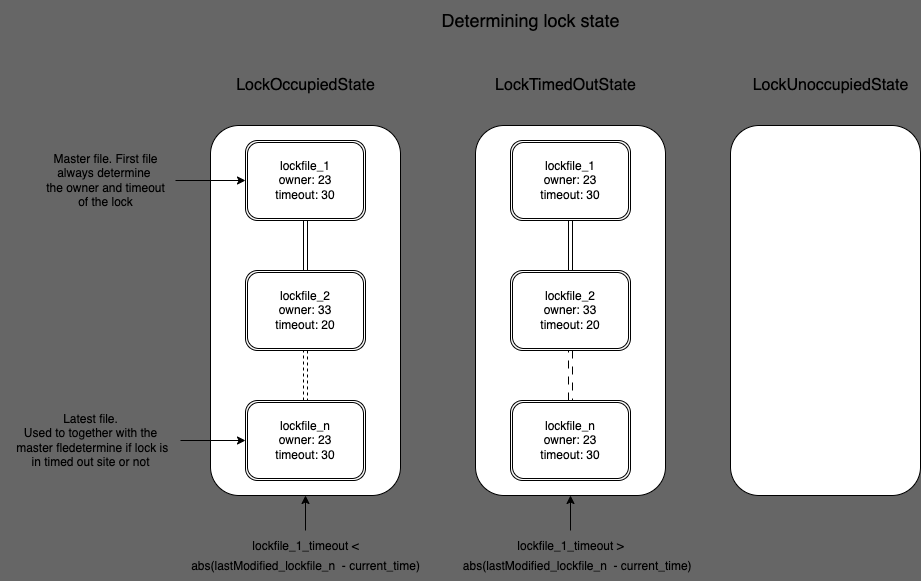
The draw.io diagram diagrams/bucket_representation.drawio.png in Skyvell/s3lock, before a commit. Source tidied: cells renumbered, new cells last; positions are measured from the earlier drawing's top-left corner, leaving out a move shared by most shapes.
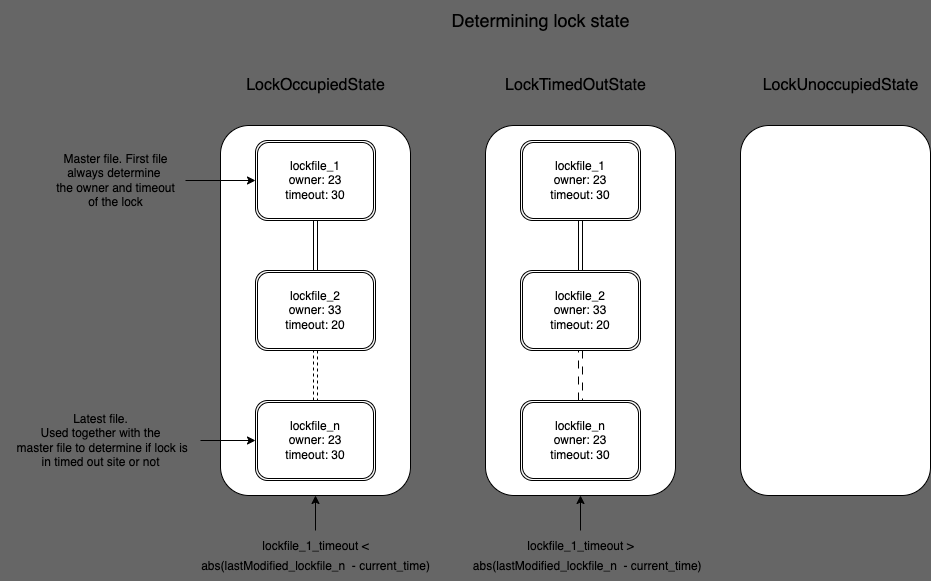
The same diagram one commit later.

The edit, as a diff of the source:
```diff
@@ -31,8 +31,8 @@
     <mxCell id="10" style="edgeStyle=none;html=1;entryX=0;entryY=0.5;entryDx=0;entryDy=0;" parent="1" edge="1" source="11" target="7">
       <mxGeometry relative="1" as="geometry" />
     </mxCell>
-    <mxCell id="11" value="Latest file.&lt;br&gt;Used to together with the&lt;br&gt;&amp;nbsp;master fledetermine if lock is&lt;br&gt;in timed out site or not" style="text;html=1;align=center;verticalAlign=middle;points=[];strokeColor=none;fillColor=none;" parent="1" vertex="1">
-      <mxGeometry y="405" width="180" height="70" as="geometry" />
+    <mxCell id="11" value="Latest file.&lt;br&gt;Used together with the&lt;br&gt;&amp;nbsp;master file to determine if lock is&lt;br&gt;in timed out site or not" style="text;html=1;align=center;verticalAlign=middle;points=[];strokeColor=none;fillColor=none;" parent="1" vertex="1">
+      <mxGeometry x="-10" y="405" width="200" height="70" as="geometry" />
     </mxCell>
     <mxCell id="12" style="rounded=1;whiteSpace=wrap;html=1;" parent="1" vertex="1">
       <mxGeometry x="475" y="125" width="190" height="370" as="geometry" />
```
